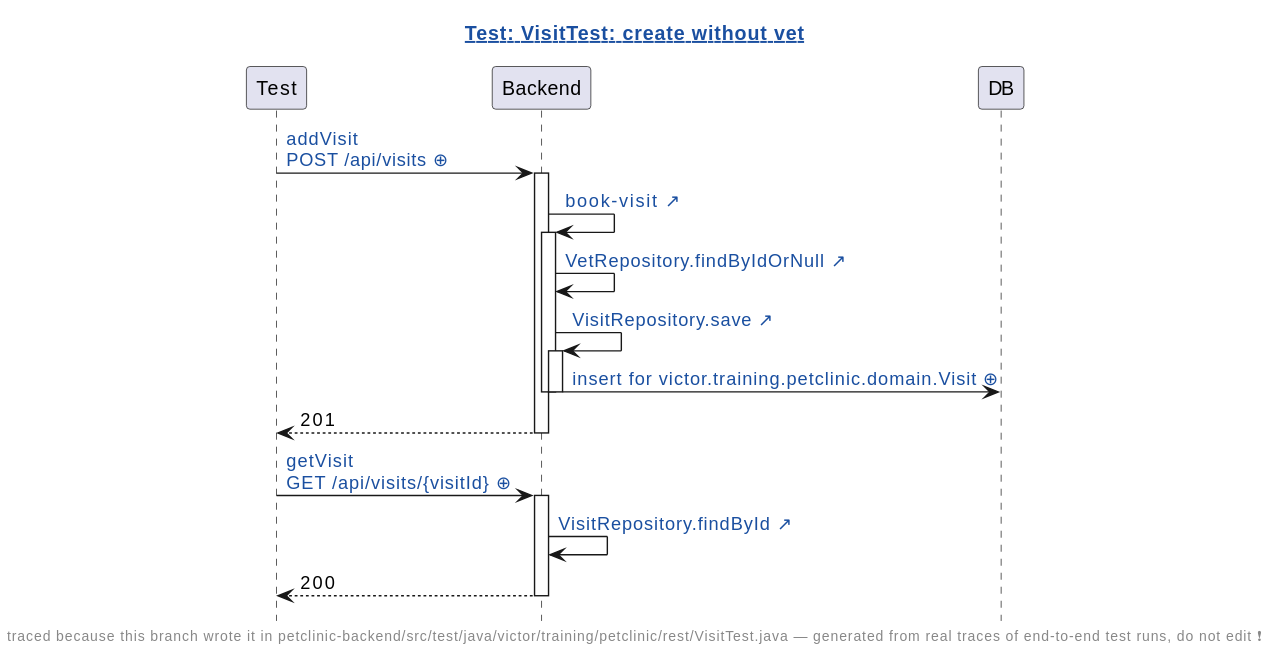
The PlantUML diagram demo/demo/assets/diagrams/petclinic-test_generated_VisitTest.java.create-without-vet.genseq.new.svg in victorrentea/human-review, before a commit.
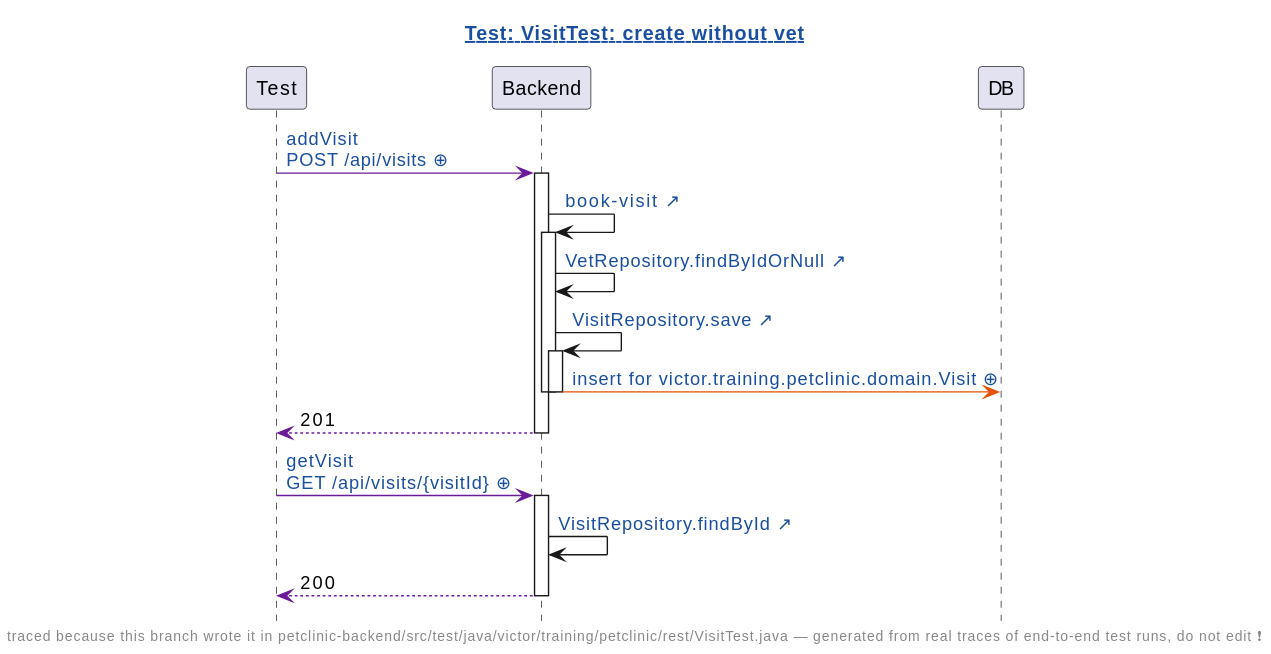
After the change.

Change to the diagram source:
```diff
@@ -9,21 +9,21 @@
 participant Test
 participant Backend
 participant DB
-Test -> Backend: [[genseq://0rymiqj{Click for the request as it was sent} addVisit\nPOST /api/visits ⊕]]
+Test -[#6A1B9A]> Backend: [[genseq://0rymiqj{Click for the request as it was sent} addVisit\nPOST /api/visits ⊕]]
 activate Backend
 Backend -> Backend: [[src://petclinic-backend/src/main/java/victor/training/petclinic/rest/VisitRestController.java:72{Click to open VisitRestController.bookVisit} book-visit ↗]]
 activate Backend
 Backend -> Backend: [[src://petclinic-backend/src/main/java/victor/training/petclinic/repository/VetRepository.java:19{Click to open VetRepository.findByIdOrNull} VetRepository.findByIdOrNull ↗]]
 Backend -> Backend: [[src://petclinic-backend/src/main/java/victor/training/petclinic/repository/VisitRepository.java:14{Click to open VisitRepository.save} VisitRepository.save ↗]]
 activate Backend
-Backend -> DB: [[genseq://1k65kuu{Click for the statement behind this call} insert for victor.training.petclinic.domain.Visit ⊕]]
+Backend -[#E65100]> DB: [[genseq://1k65kuu{Click for the statement behind this call} insert for victor.training.petclinic.domain.Visit ⊕]]
 deactivate Backend
 deactivate Backend
-Backend --> Test: 201
+Backend -[#6A1B9A]-> Test: 201
 deactivate Backend
-Test -> Backend: [[genseq://1bi9ngw{Click for the request as it was sent} getVisit\nGET /api/visits/{visitId} ⊕]]
+Test -[#6A1B9A]> Backend: [[genseq://1bi9ngw{Click for the request as it was sent} getVisit\nGET /api/visits/{visitId} ⊕]]
 activate Backend
 Backend -> Backend: [[src://petclinic-backend/src/main/java/victor/training/petclinic/repository/VisitRepository.java:12{Click to open VisitRepository.findById} VisitRepository.findById ↗]]
-Backend --> Test: 200
+Backend -[#6A1B9A]-> Test: 200
 deactivate Backend
 @enduml
```
